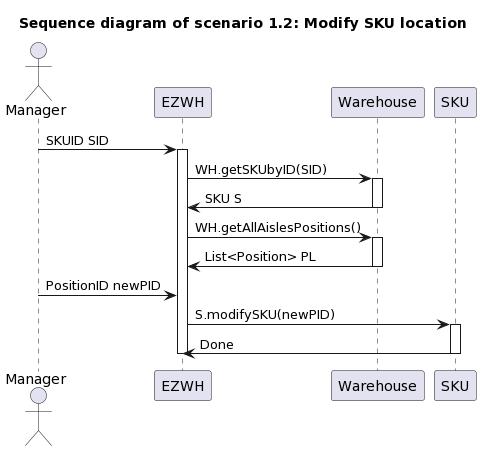
Before: SequenceDiagram/scenario1_2.png, a diagram exported from PlantUML (dscre99/EzWh).
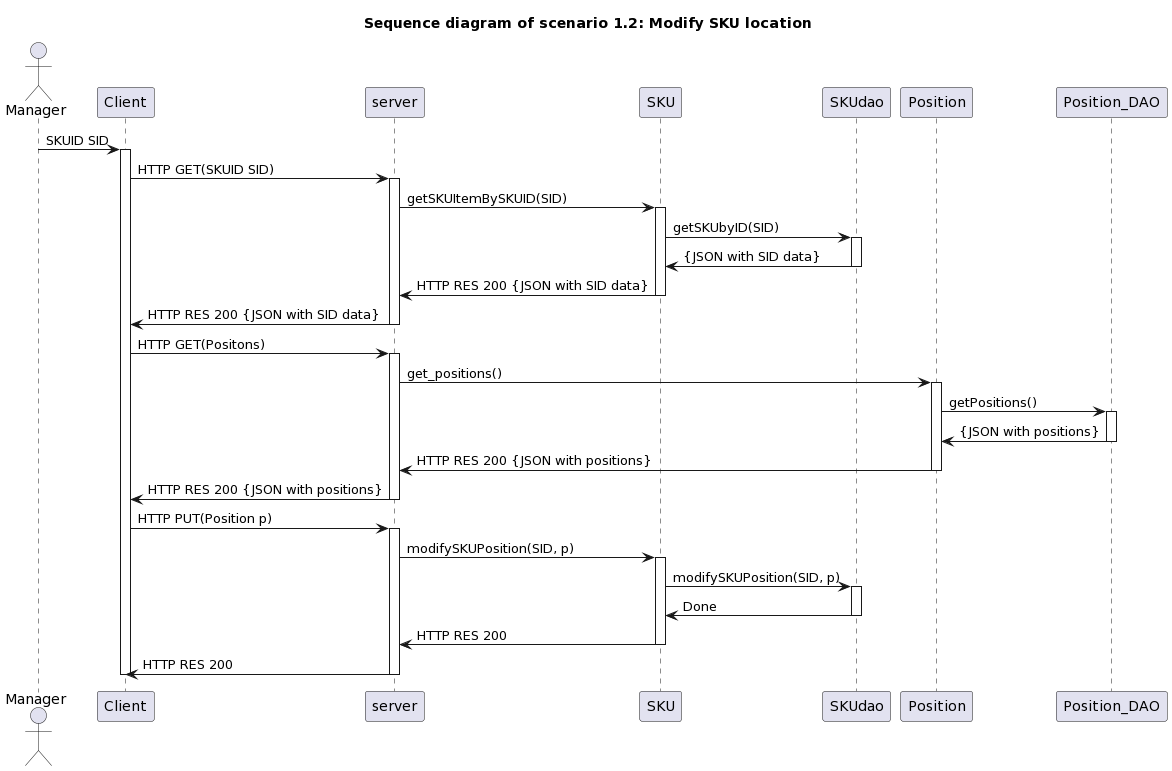
After the commit.

The edit, as a diff of the source:
```diff
@@ -5,20 +5,45 @@
 actor Manager
 
 
-Manager -> EZWH : SKUID SID
-activate EZWH
-EZWH -> Warehouse : WH.getSKUbyID(SID)
-activate Warehouse
-EZWH <- Warehouse : SKU S
-deactivate Warehouse
-EZWH -> Warehouse : WH.getAllAislesPositions()
-activate Warehouse
-EZWH <- Warehouse : List<Position> PL
-deactivate Warehouse
-Manager -> EZWH : PositionID newPID
-EZWH -> SKU : S.modifySKU(newPID)
+Manager -> Client : SKUID SID
+activate Client
+Client -> server : HTTP GET(SKUID SID)
+activate server
+server -> SKU : getSKUItemBySKUID(SID)
 activate SKU
-EZWH <- SKU : Done
+SKU -> SKUdao : getSKUbyID(SID)
+activate SKUdao
+SKU <- SKUdao : {JSON with SID data}
+deactivate SKUdao
+server <- SKU : HTTP RES 200 {JSON with SID data}
 deactivate SKU
-deactivate EZWH
+Client <- server : HTTP RES 200 {JSON with SID data}
+deactivate server
+
+Client -> server : HTTP GET(Positons)
+activate server
+server -> Position : get_positions()
+activate Position
+Position -> Position_DAO : getPositions()
+activate Position_DAO
+Position <- Position_DAO : {JSON with positions}
+deactivate Position_DAO
+server <- Position : HTTP RES 200 {JSON with positions}
+deactivate Position
+Client <- server : HTTP RES 200 {JSON with positions}
+deactivate server
+
+Client -> server : HTTP PUT(Position p)
+activate server
+server -> SKU : modifySKUPosition(SID, p)
+activate SKU
+SKU -> SKUdao : modifySKUPosition(SID, p)
+activate SKUdao
+SKU <- SKUdao : Done
+deactivate SKUdao
+server <- SKU : HTTP RES 200
+deactivate SKU
+Client <- server : HTTP RES 200
+deactivate server
+deactivate Client
 @enduml
```
